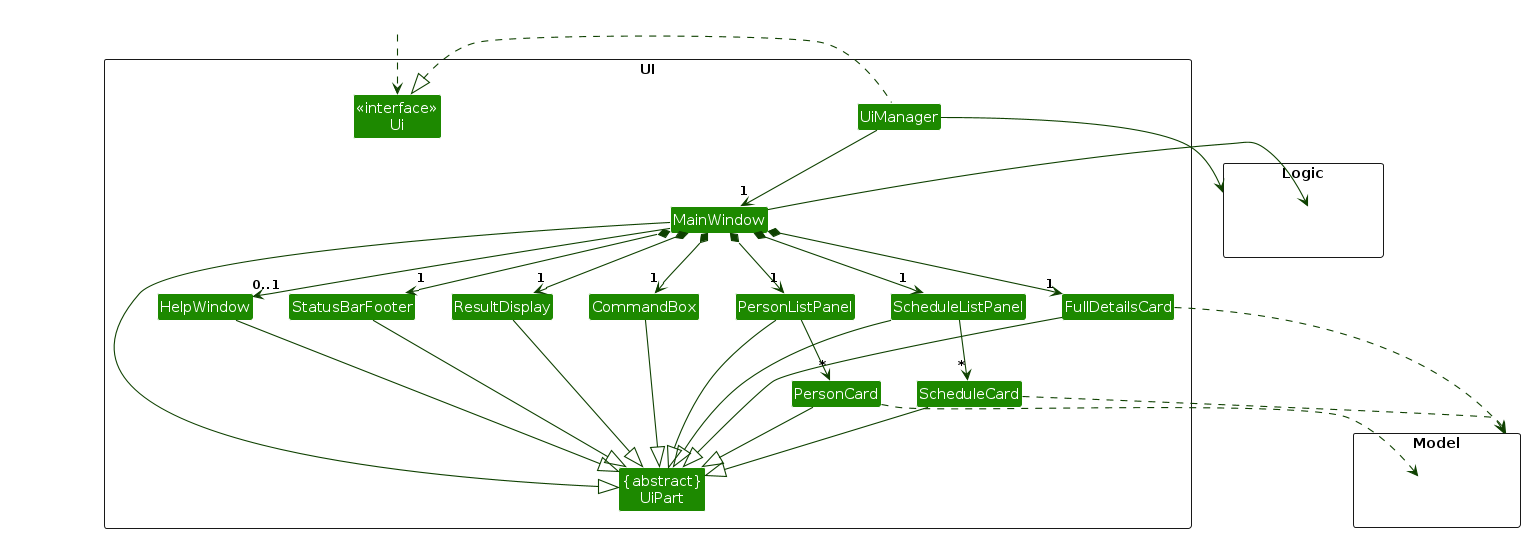
Earlier version of the PlantUML export diagrams/UiClassDiagram.png (AY2425S2-CS2103T-T16-3/tp). Its source is kept beside it as diagrams/UiClassDiagram.puml.
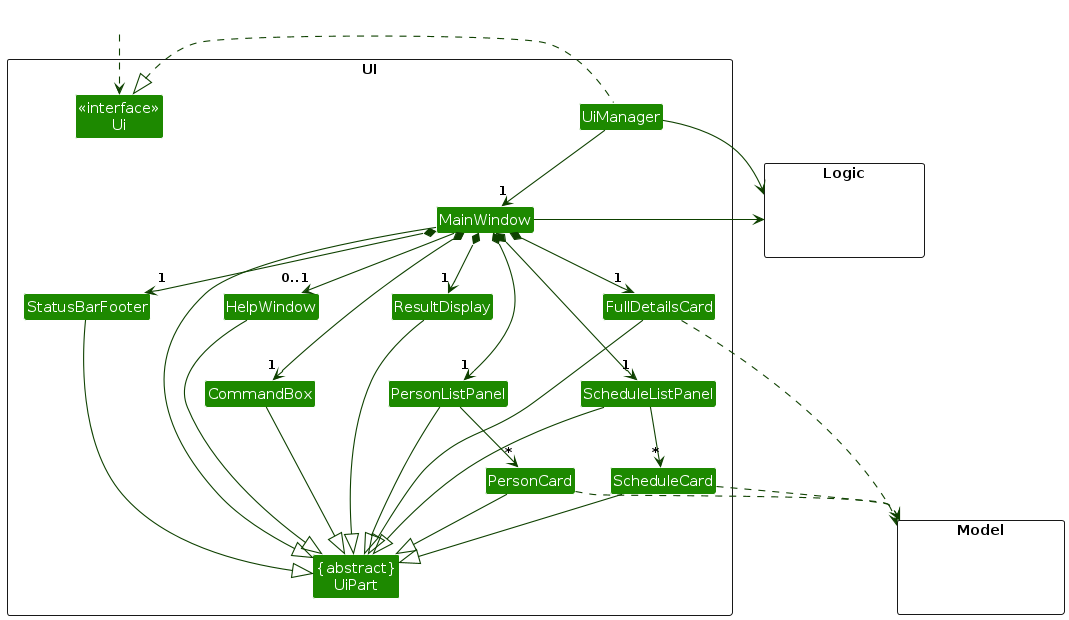
After the change.

What changed in the source:
```diff
@@ -62,17 +62,20 @@
 ScheduleCard --|> UiPart
 ScheduleListPanel --|> UiPart
 
-PersonCard ..> HiddenModel
+PersonCard ..> Model
 FullDetailsCard ..> Model
 ScheduleCard ..> Model
-MainWindow -right-> HiddenLogic
+MainWindow -right-> Logic
 UiManager -right-> Logic
 
-FullDetailsCard -[hidden]left- ScheduleListPanel
+FullDetailsCard -[hidden]down- ScheduleListPanel
 ScheduleListPanel -[hidden]left- PersonListPanel
+ScheduleListPanel -[hidden]down- PersonListPanel
 PersonListPanel -[hidden]left- CommandBox
-CommandBox -[hidden]left- ResultDisplay
+CommandBox -[hidden]up- ResultDisplay
+ResultDisplay -[hidden]down- StatusBarFooter
 ResultDisplay -[hidden]left- StatusBarFooter
+StatusBarFooter -[hidden]up- HelpWindow
 StatusBarFooter -[hidden]left- HelpWindow
 
 HiddenOutside3 -[hidden]down- HiddenBox3
```
